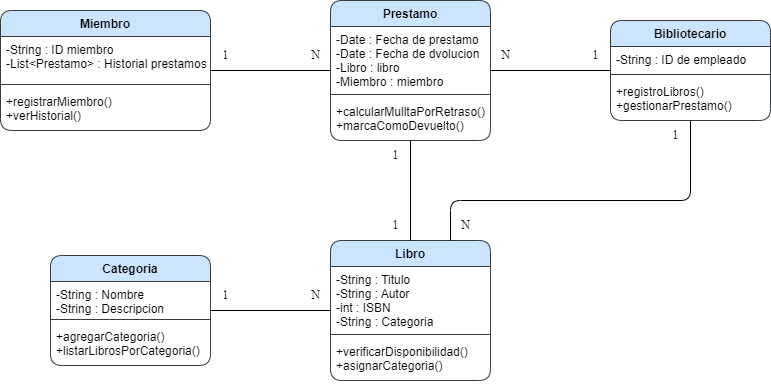
alexfdb/Diagramas-de-Clases keeps this draw.io diagram as img/sistema-Biblioteca.drawio.png. Above is the earlier version. Source tidied: cells renumbered, new cells last; positions are measured from the earlier drawing's top-left corner, leaving out a move shared by most shapes.
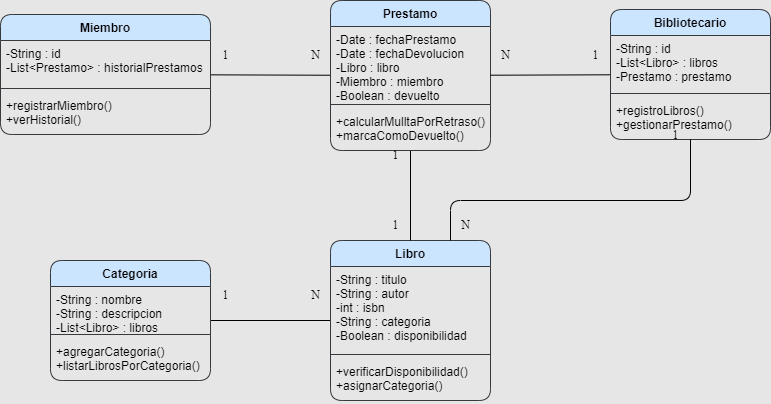
Above is the later version.

Change to the diagram source:
```diff
@@ -1,4 +1,4 @@
-<mxGraphModel>
+<mxGraphModel background="#E6E6E6">
   <root>
     <mxCell id="0" />
     <mxCell id="1" parent="0" />
@@ -6,24 +6,24 @@
       <mxGeometry relative="1" as="geometry" />
     </mxCell>
     <mxCell id="3" value="Libro" style="swimlane;fontStyle=1;align=center;verticalAlign=top;horizontal=1;startSize=26;fillColor=#cce5ff;strokeColor=#36393d;rounded=1;" parent="1" vertex="1">
-      <mxGeometry x="330" y="240" width="160" height="140" as="geometry" />
+      <mxGeometry x="330" y="240" width="160" height="160" as="geometry" />
     </mxCell>
-    <mxCell id="4" value="-String : Titulo&#10;-String : Autor&#10;-int : ISBN&#10;-String : Categoria" style="text;strokeColor=none;fillColor=none;align=left;verticalAlign=top;spacingLeft=4;spacingRight=4;overflow=hidden;rounded=1;" parent="3" vertex="1">
-      <mxGeometry y="26" width="160" height="64" as="geometry" />
+    <mxCell id="4" value="-String : titulo&#10;-String : autor&#10;-int : isbn&#10;-String : categoria&#10;-Boolean : disponibilidad" style="text;strokeColor=none;fillColor=none;align=left;verticalAlign=top;spacingLeft=4;spacingRight=4;overflow=hidden;rounded=1;" parent="3" vertex="1">
+      <mxGeometry y="26" width="160" height="84" as="geometry" />
     </mxCell>
     <mxCell id="5" style="line;strokeWidth=1;fillColor=none;align=left;verticalAlign=middle;spacingTop=-1;spacingLeft=3;spacingRight=3;labelPosition=right;strokeColor=inherit;rounded=1;" parent="3" vertex="1">
-      <mxGeometry y="90" width="160" height="8" as="geometry" />
+      <mxGeometry y="110" width="160" height="8" as="geometry" />
     </mxCell>
     <mxCell id="6" value="+verificarDisponibilidad()&#10;+asignarCategoria()" style="text;strokeColor=none;fillColor=none;align=left;verticalAlign=top;spacingLeft=4;spacingRight=4;overflow=hidden;rounded=1;" parent="3" vertex="1">
-      <mxGeometry y="98" width="160" height="42" as="geometry" />
+      <mxGeometry y="118" width="160" height="42" as="geometry" />
     </mxCell>
     <mxCell id="7" style="edgeStyle=none;html=1;endArrow=none;endFill=0;" parent="1" edge="1" source="8" target="13">
       <mxGeometry relative="1" as="geometry" />
     </mxCell>
     <mxCell id="8" value="Miembro" style="swimlane;fontStyle=1;align=center;verticalAlign=top;horizontal=1;startSize=26;fillColor=#cce5ff;strokeColor=#36393d;rounded=1;" parent="1" vertex="1">
-      <mxGeometry y="10" width="210" height="120" as="geometry" />
+      <mxGeometry y="14" width="210" height="120" as="geometry" />
     </mxCell>
-    <mxCell id="9" value="-String : ID miembro&#10;-List&lt;Prestamo&gt; : Historial prestamos" style="text;strokeColor=none;fillColor=none;align=left;verticalAlign=top;spacingLeft=4;spacingRight=4;overflow=hidden;rounded=1;" parent="8" vertex="1">
+    <mxCell id="9" value="-String : id&#10;-List&lt;Prestamo&gt; : historialPrestamos" style="text;strokeColor=none;fillColor=none;align=left;verticalAlign=top;spacingLeft=4;spacingRight=4;overflow=hidden;rounded=1;" parent="8" vertex="1">
       <mxGeometry y="26" width="210" height="44" as="geometry" />
     </mxCell>
     <mxCell id="10" style="line;strokeWidth=1;fillColor=none;align=left;verticalAlign=middle;spacingTop=-1;spacingLeft=3;spacingRight=3;labelPosition=right;strokeColor=inherit;rounded=1;" parent="8" vertex="1">
@@ -36,43 +36,43 @@
       <mxGeometry relative="1" as="geometry" />
     </mxCell>
     <mxCell id="13" value="Prestamo" style="swimlane;fontStyle=1;align=center;verticalAlign=top;horizontal=1;startSize=26;fillColor=#cce5ff;strokeColor=#36393d;rounded=1;" parent="1" vertex="1">
-      <mxGeometry x="330" width="160" height="140" as="geometry" />
+      <mxGeometry x="330" width="160" height="150" as="geometry" />
     </mxCell>
-    <mxCell id="14" value="-Date : Fecha de prestamo&#10;-Date : Fecha de dvolucion&#10;-Libro : libro&#10;-Miembro : miembro" style="text;strokeColor=none;fillColor=none;align=left;verticalAlign=top;spacingLeft=4;spacingRight=4;overflow=hidden;rounded=1;" parent="13" vertex="1">
-      <mxGeometry y="26" width="160" height="64" as="geometry" />
+    <mxCell id="14" value="-Date : fechaPrestamo&#10;-Date : fechaDevolucion&#10;-Libro : libro&#10;-Miembro : miembro&#10;-Boolean : devuelto" style="text;strokeColor=none;fillColor=none;align=left;verticalAlign=top;spacingLeft=4;spacingRight=4;overflow=hidden;rounded=1;" parent="13" vertex="1">
+      <mxGeometry y="26" width="160" height="74" as="geometry" />
     </mxCell>
     <mxCell id="15" style="line;strokeWidth=1;fillColor=none;align=left;verticalAlign=middle;spacingTop=-1;spacingLeft=3;spacingRight=3;labelPosition=right;strokeColor=inherit;rounded=1;" parent="13" vertex="1">
-      <mxGeometry y="90" width="160" height="8" as="geometry" />
+      <mxGeometry y="100" width="160" height="8" as="geometry" />
     </mxCell>
     <mxCell id="16" value="+calcularMulltaPorRetraso()&#10;+marcaComoDevuelto()" style="text;strokeColor=none;fillColor=none;align=left;verticalAlign=top;spacingLeft=4;spacingRight=4;overflow=hidden;rounded=1;" parent="13" vertex="1">
-      <mxGeometry y="98" width="160" height="42" as="geometry" />
+      <mxGeometry y="108" width="160" height="42" as="geometry" />
     </mxCell>
     <mxCell id="17" style="edgeStyle=none;html=1;endArrow=none;endFill=0;" parent="1" edge="1" source="18" target="13">
       <mxGeometry relative="1" as="geometry" />
     </mxCell>
     <mxCell id="18" value="Bibliotecario" style="swimlane;fontStyle=1;align=center;verticalAlign=top;horizontal=1;startSize=26;fillColor=#cce5ff;strokeColor=#36393d;rounded=1;" parent="1" vertex="1">
-      <mxGeometry x="610" y="20" width="160" height="100" as="geometry" />
+      <mxGeometry x="610" y="9" width="160" height="130" as="geometry" />
     </mxCell>
-    <mxCell id="19" value="-String : ID de empleado" style="text;strokeColor=none;fillColor=none;align=left;verticalAlign=top;spacingLeft=4;spacingRight=4;overflow=hidden;rounded=1;" parent="18" vertex="1">
-      <mxGeometry y="26" width="160" height="24" as="geometry" />
+    <mxCell id="19" value="-String : id&#10;-List&lt;Libro&gt; : libros&#10;-Prestamo : prestamo" style="text;strokeColor=none;fillColor=none;align=left;verticalAlign=top;spacingLeft=4;spacingRight=4;overflow=hidden;rounded=1;" parent="18" vertex="1">
+      <mxGeometry y="26" width="160" height="54" as="geometry" />
     </mxCell>
     <mxCell id="20" style="line;strokeWidth=1;fillColor=none;align=left;verticalAlign=middle;spacingTop=-1;spacingLeft=3;spacingRight=3;labelPosition=right;strokeColor=inherit;rounded=1;" parent="18" vertex="1">
-      <mxGeometry y="50" width="160" height="8" as="geometry" />
+      <mxGeometry y="80" width="160" height="8" as="geometry" />
     </mxCell>
     <mxCell id="21" value="+registroLibros()&#10;+gestionarPrestamo()" style="text;strokeColor=none;fillColor=none;align=left;verticalAlign=top;spacingLeft=4;spacingRight=4;overflow=hidden;rounded=1;" parent="18" vertex="1">
-      <mxGeometry y="58" width="160" height="42" as="geometry" />
+      <mxGeometry y="88" width="160" height="42" as="geometry" />
     </mxCell>
     <mxCell id="22" value="Categoria" style="swimlane;fontStyle=1;align=center;verticalAlign=top;horizontal=1;startSize=26;fillColor=#cce5ff;strokeColor=#36393d;rounded=1;" parent="1" vertex="1">
-      <mxGeometry x="50" y="255" width="160" height="110" as="geometry" />
+      <mxGeometry x="50" y="260" width="160" height="120" as="geometry" />
     </mxCell>
-    <mxCell id="23" value="-String : Nombre&#10;-String : Descripcion" style="text;strokeColor=none;fillColor=none;align=left;verticalAlign=top;spacingLeft=4;spacingRight=4;overflow=hidden;rounded=1;" parent="22" vertex="1">
-      <mxGeometry y="26" width="160" height="34" as="geometry" />
+    <mxCell id="23" value="-String : nombre&#10;-String : descripcion&#10;-List&lt;Libro&gt; : libros" style="text;strokeColor=none;fillColor=none;align=left;verticalAlign=top;spacingLeft=4;spacingRight=4;overflow=hidden;rounded=1;" parent="22" vertex="1">
+      <mxGeometry y="26" width="160" height="44" as="geometry" />
     </mxCell>
     <mxCell id="24" style="line;strokeWidth=1;fillColor=none;align=left;verticalAlign=middle;spacingTop=-1;spacingLeft=3;spacingRight=3;labelPosition=right;strokeColor=inherit;rounded=1;" parent="22" vertex="1">
-      <mxGeometry y="60" width="160" height="8" as="geometry" />
+      <mxGeometry y="70" width="160" height="8" as="geometry" />
     </mxCell>
     <mxCell id="25" value="+agregarCategoria()&#10;+listarLibrosPorCategoria()" style="text;strokeColor=none;fillColor=none;align=left;verticalAlign=top;spacingLeft=4;spacingRight=4;overflow=hidden;rounded=1;" parent="22" vertex="1">
-      <mxGeometry y="68" width="160" height="42" as="geometry" />
+      <mxGeometry y="78" width="160" height="42" as="geometry" />
     </mxCell>
     <mxCell id="26" value="1" style="text;html=1;align=center;verticalAlign=middle;strokeColor=none;fillColor=none;fontFamily=Times New Roman;rounded=1;" parent="1" vertex="1">
       <mxGeometry x="210" y="40" width="30" height="30" as="geometry" />
```
